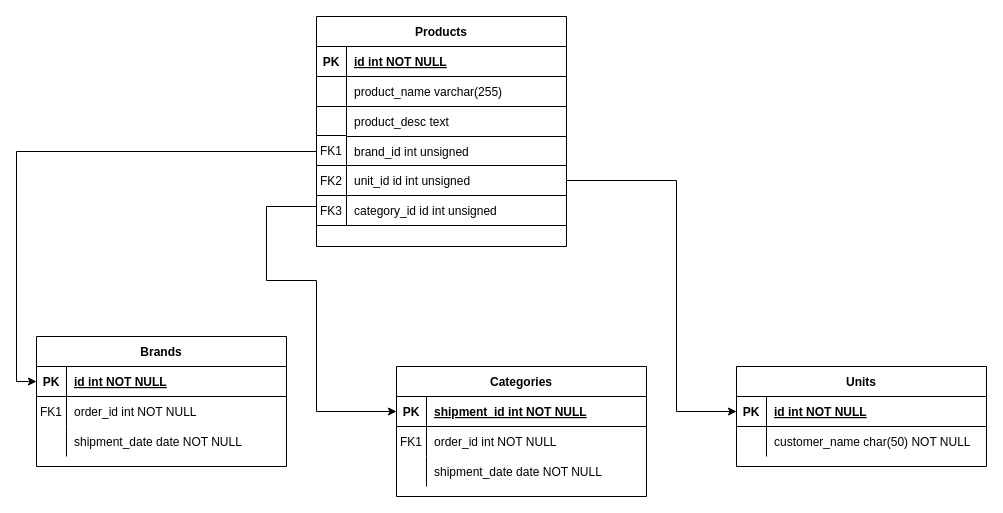
Earlier version of the draw.io diagram database/migrations/Untitled Diagram.drawio (yashmali408/new-laravel-project-). Source tidied: cells renumbered, new cells numbered last; positions are measured from the earlier drawing's top-left corner, leaving out a move shared by most shapes. Both pictures are drawn from the tidied source at 100%, with x=0, y=0 at pixel (36, 16).
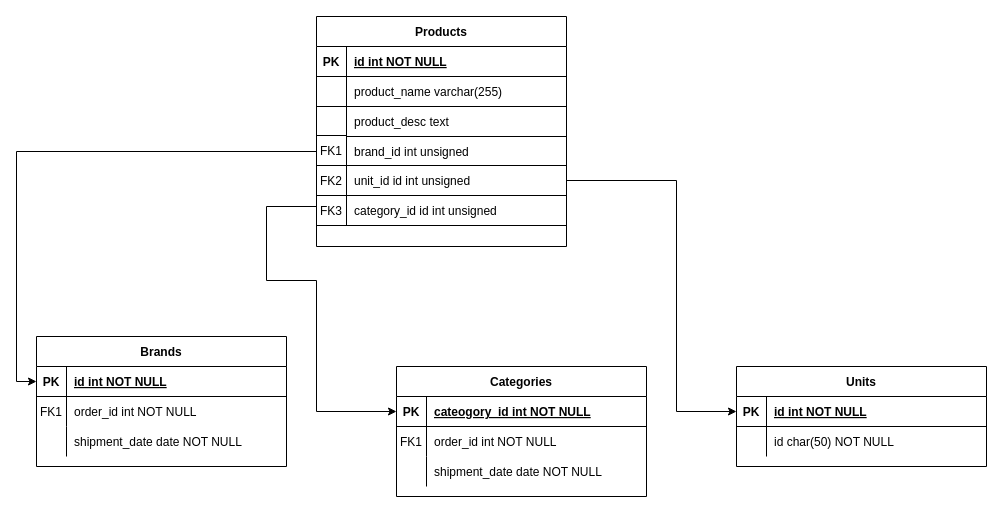
After the change.

Commit message:
I have changec alksdfjlasdjf

Unchanged cells that the change refers to:
```xml
<mxCell id="16" style="shape=partialRectangle;fillColor=none;top=0;left=0;right=0;bottom=0;" parent="12" vertex="1">
  <mxGeometry y="60" width="250" height="30" as="geometry" />
</mxCell>
<mxCell id="20" style="shape=partialRectangle;fillColor=none;points=[[0,0.5],[1,0.5]];portConstraint=eastwest;top=0;left=0;right=0;bottom=1;" parent="19" vertex="1">
  <mxGeometry y="30" width="250" height="30" as="geometry" />
</mxCell>
```

Diff of the diagram source:
```diff
@@
-    <mxCell id="18" value="customer_name char(50) NOT NULL" style="shape=partialRectangle;overflow=hidden;fillColor=none;top=0;left=0;bottom=0;right=0;align=left;spacingLeft=6;" parent="16" vertex="1">
+    <mxCell id="18" value="id char(50) NOT NULL" style="shape=partialRectangle;overflow=hidden;fillColor=none;top=0;left=0;bottom=0;right=0;align=left;spacingLeft=6;" parent="16" vertex="1">
       <mxGeometry x="30" width="220" height="30" as="geometry" />
     </mxCell>
@@
-    <mxCell id="22" value="shipment_id int NOT NULL " style="shape=partialRectangle;overflow=hidden;fillColor=none;top=0;left=0;bottom=0;right=0;align=left;spacingLeft=6;fontStyle=5;" parent="20" vertex="1">
+    <mxCell id="22" value="cateogory_id int NOT NULL " style="shape=partialRectangle;overflow=hidden;fillColor=none;top=0;left=0;bottom=0;right=0;align=left;spacingLeft=6;fontStyle=5;" parent="20" vertex="1">
       <mxGeometry x="30" width="220" height="30" as="geometry" />
     </mxCell>
```
